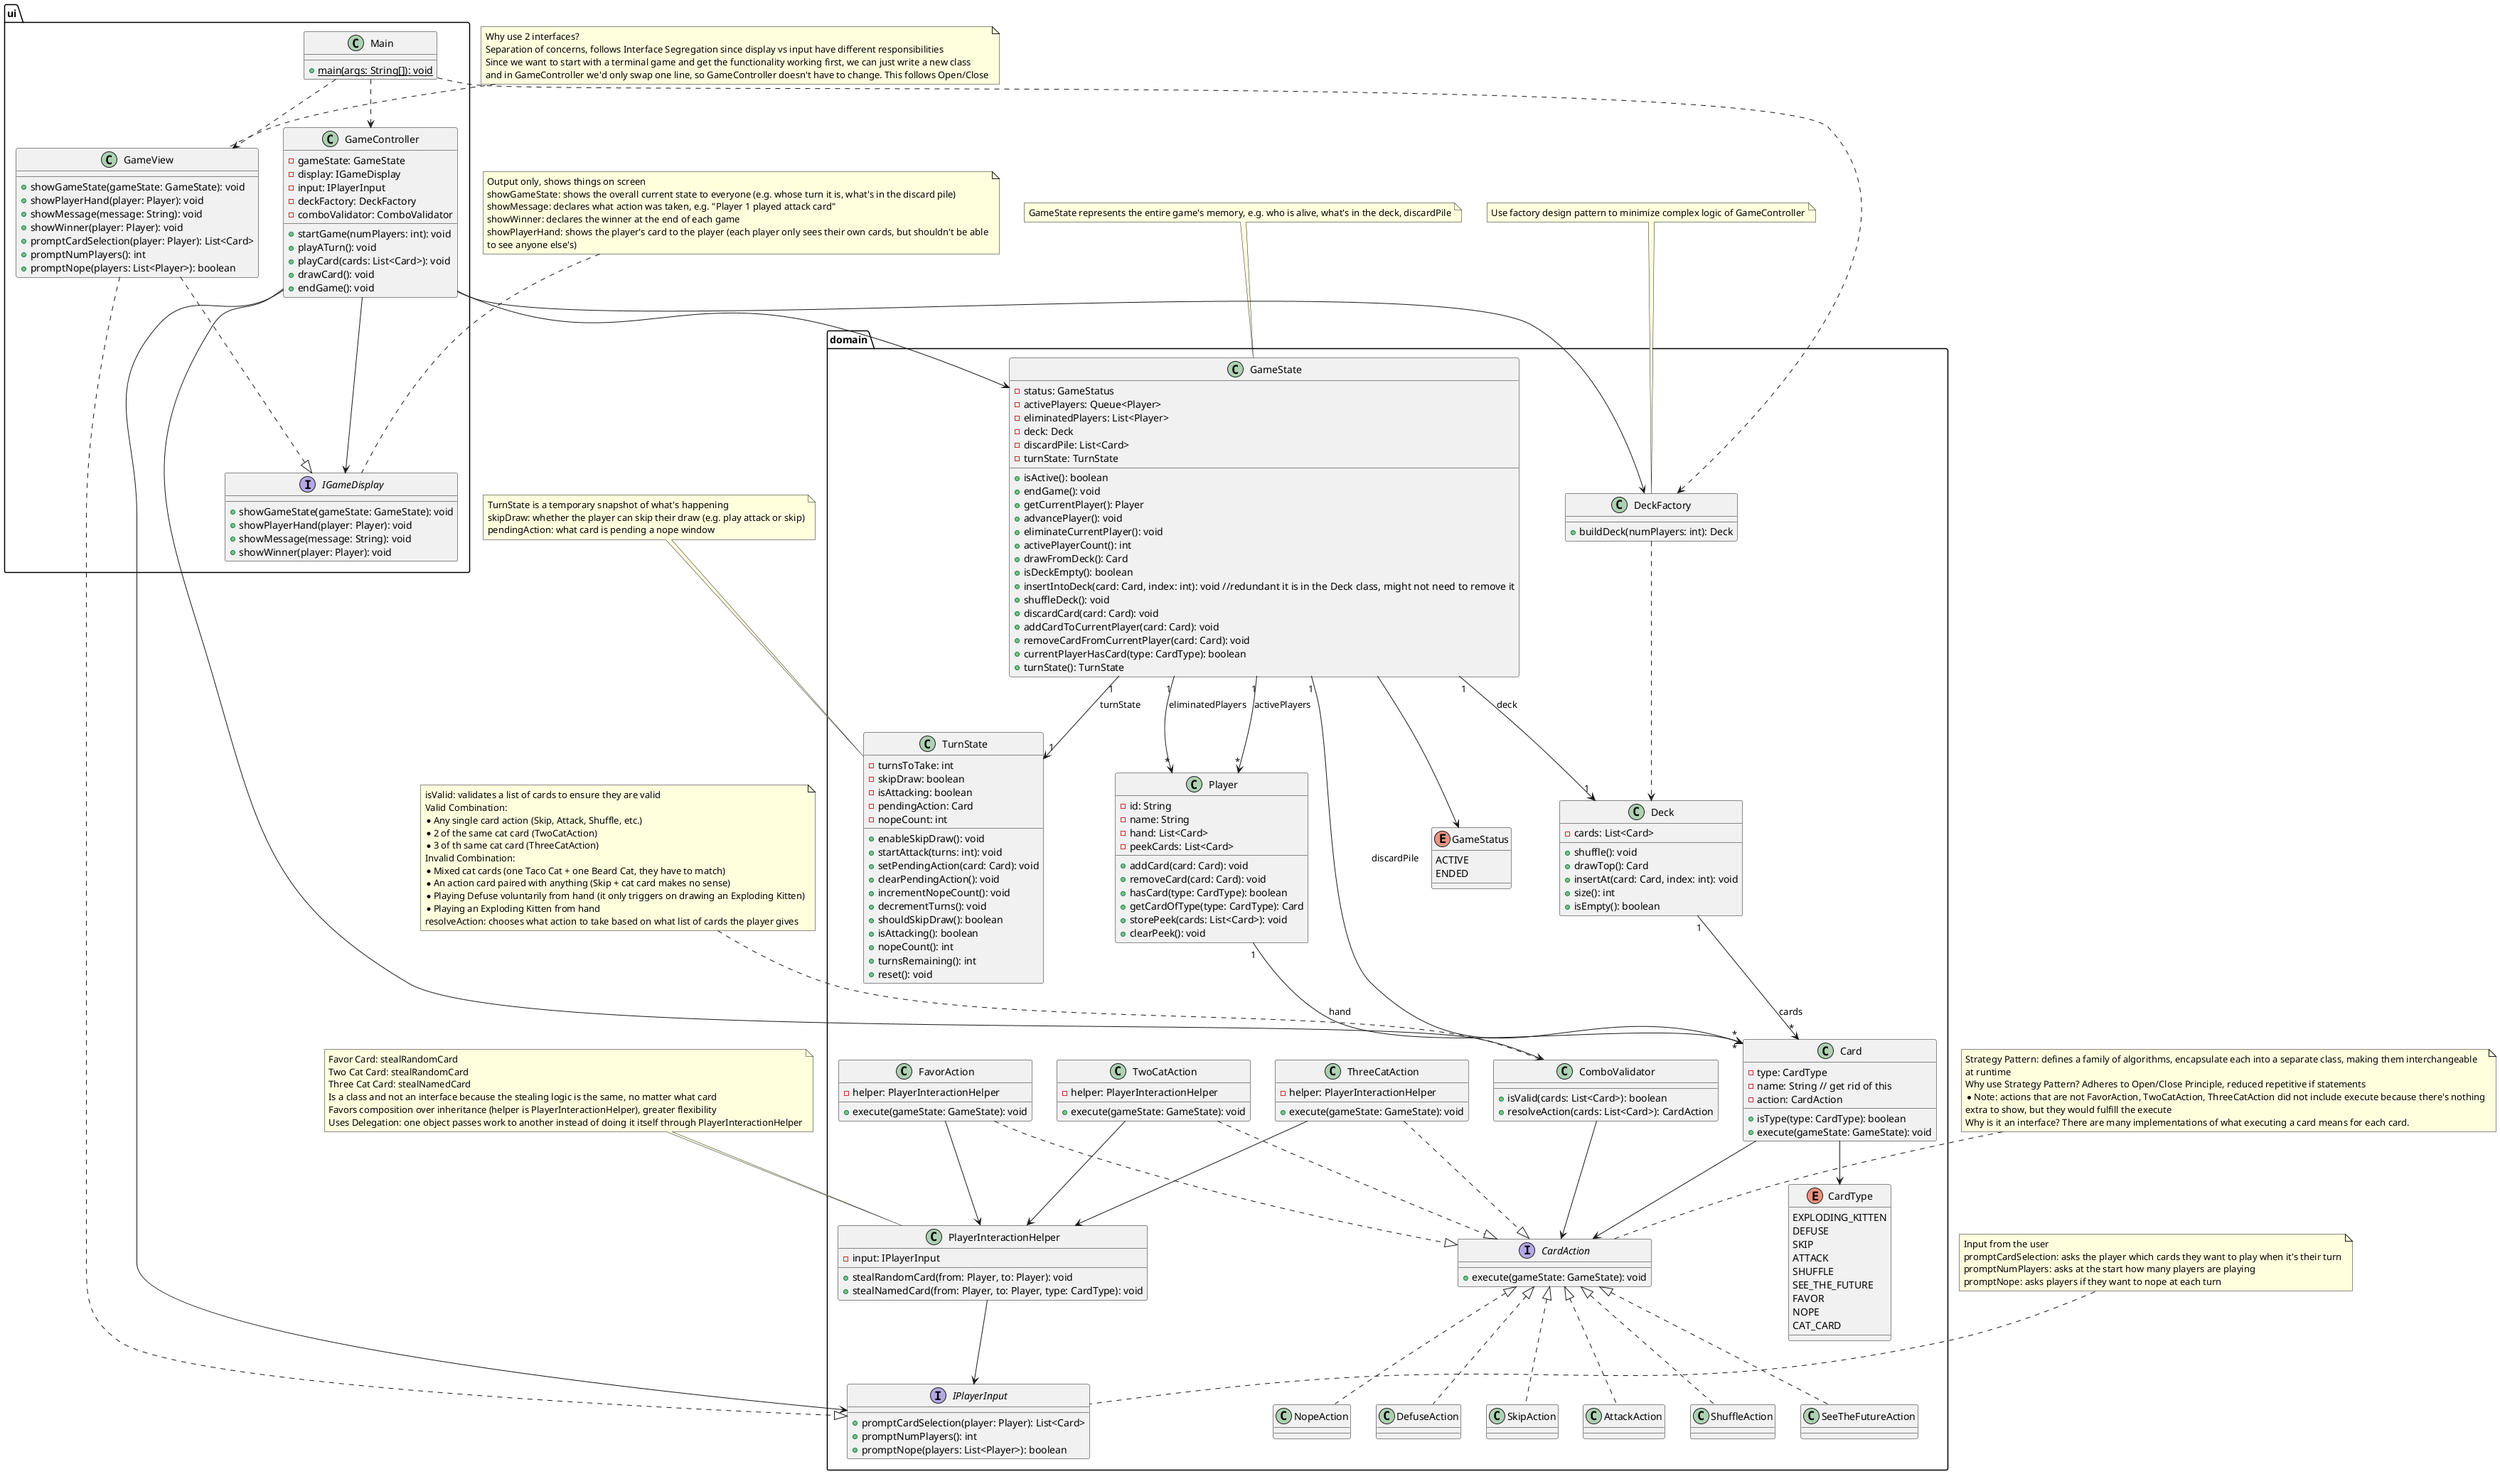
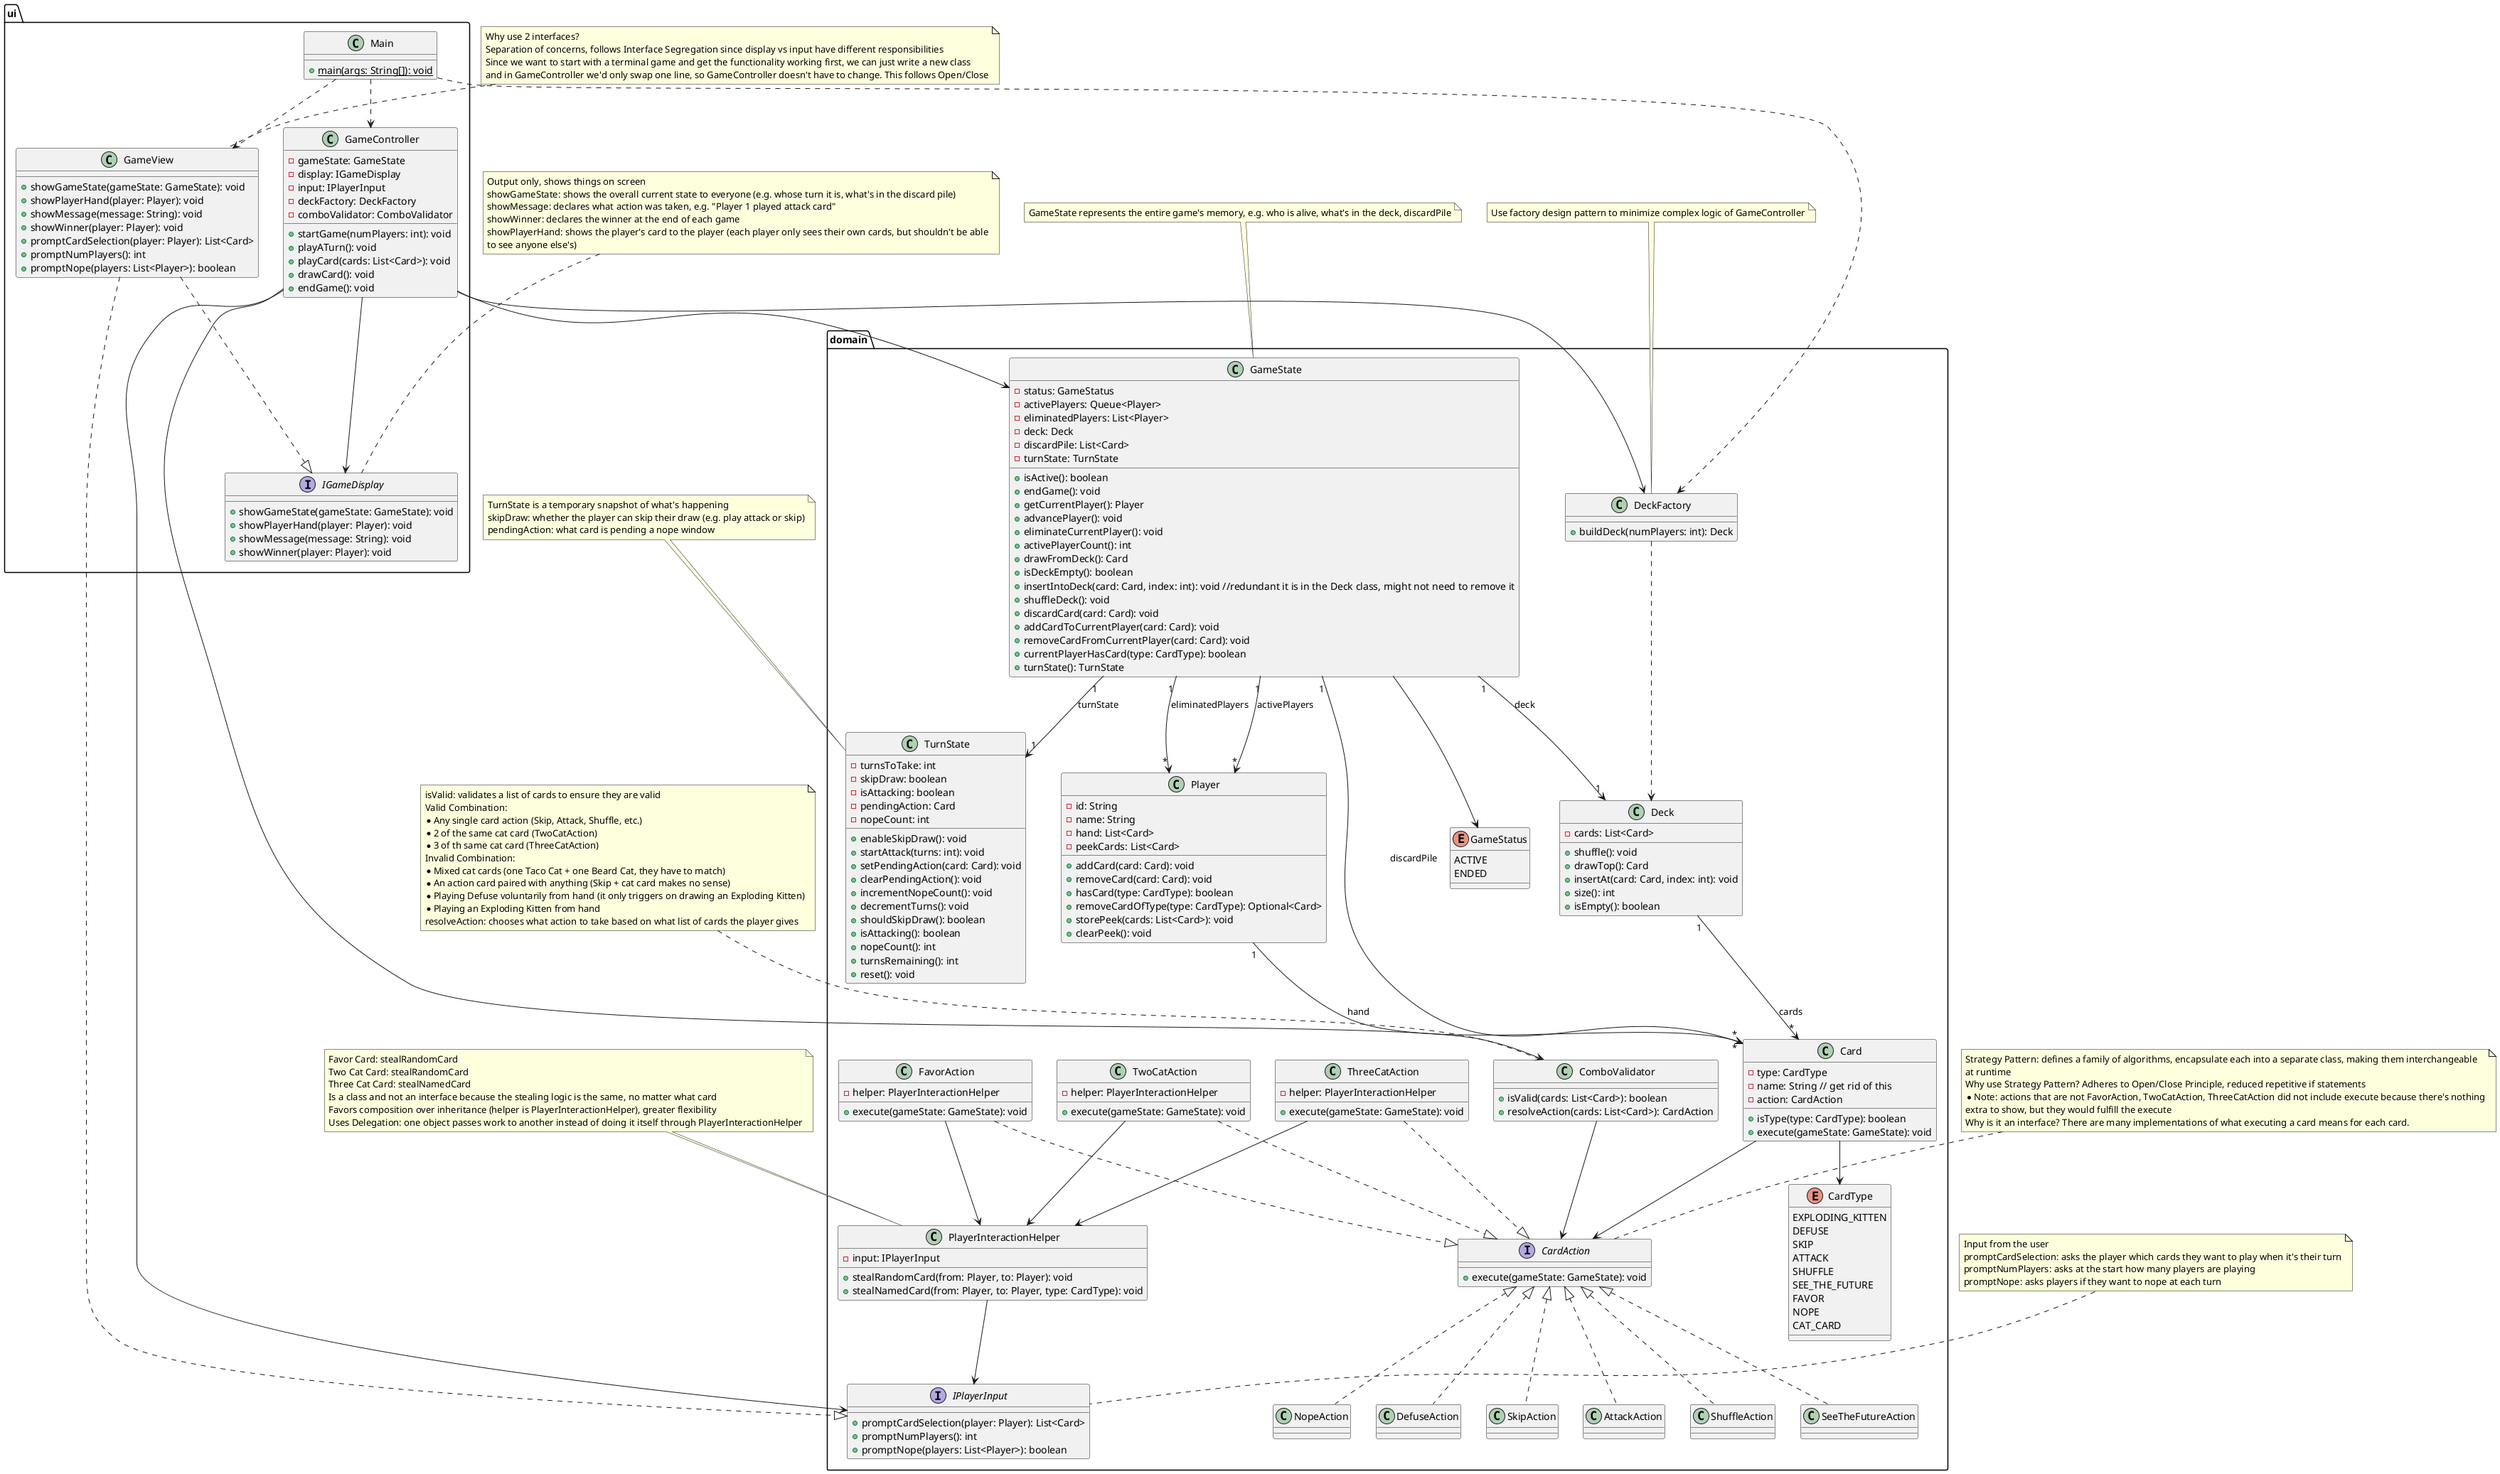
@startuml Exploding Kittens Class Diagram

' ── PlantUML Syntax Guide ─────────────────────────────────
'
' ── Visibility Modifiers (inside classes) ────────────────
' +  → public   (accessible by everyone)
' -  → private  (accessible only within the class)
' #  → protected (accessible within class and subclasses)
'
' ── Relationships ─────────────────────────────────────────
' ..>   → dependency: "uses" (weakest relationship)
'          e.g. A ..> B means A uses B somewhere
'
' -->   → association: "has a reference to"
'          e.g. GameController --> GameState means
'          GameController holds a reference to GameState
'
' ..|>  → realization/implementation: "implements an interface"
'          e.g. GameView ..|> IGameDisplay means
'          GameView implements IGameDisplay
'
' --|>  → inheritance: "extends a class"
'          e.g. Dog --|> Animal means Dog extends Animal
'
' *--   → composition: "owns it, it cannot exist without me"
'          e.g. GameState "1" *-- "1" Deck means
'          Deck is destroyed when GameState is destroyed
'
' o--   → aggregation: "has it, but it can exist without me"
'          e.g. GameState "1" o-- "*" Card : discardPile means
'          Cards exist independently of GameState
'
' ── Multiplicity (the numbers on relationships) ──────────
' "1"  → exactly one
' "*"  → zero or more
' "1..*" → one or more
'          e.g. GameState "1" *-- "*" Player means
'          one GameState owns zero or more Players
'

package ui{
    class Main{
        +{static}main(args: String[]): void
    }

    ' ── View ─────────────────────────────────────────────────
    class GameView {
      + showGameState(gameState: GameState): void
      + showPlayerHand(player: Player): void
      + showMessage(message: String): void
      + showWinner(player: Player): void
      + promptCardSelection(player: Player): List<Card>
      + promptNumPlayers(): int
      + promptNope(players: List<Player>): boolean
    }

    ' ── Controller ───────────────────────────────────────────
    class GameController {
      - gameState: GameState
      - display: IGameDisplay
      - input: IPlayerInput
      - deckFactory: DeckFactory
      - comboValidator: ComboValidator
      + startGame(numPlayers: int): void
      + playATurn(): void
      + playCard(cards: List<Card>): void
      + drawCard(): void
      + endGame(): void
    }

    interface IGameDisplay {
      + showGameState(gameState: GameState): void
      + showPlayerHand(player: Player): void
      + showMessage(message: String): void
      + showWinner(player: Player): void
    }

}

package domain{

    interface IPlayerInput {
      + promptCardSelection(player: Player): List<Card>
      + promptNumPlayers(): int
      + promptNope(players: List<Player>): boolean
    }

    ' ── Enums ────────────────────────────────────────────────
    enum CardType {
      EXPLODING_KITTEN
      DEFUSE
      SKIP
      ATTACK
      SHUFFLE
      SEE_THE_FUTURE
      FAVOR
      NOPE
      CAT_CARD
    }

    enum GameStatus {
      ACTIVE
      ENDED
    }

    ' ── Card Action Strategy ──────────────────────────────────
    interface CardAction {
      + execute(gameState: GameState): void
    }

    class SkipAction implements CardAction
    class AttackAction implements CardAction
    class ShuffleAction implements CardAction
    class SeeTheFutureAction implements CardAction
    'nopeAction may not be needed if only prompted via promptNope in IPlayerInput'
    class NopeAction implements CardAction
    class DefuseAction implements CardAction

    class PlayerInteractionHelper {
      - input: IPlayerInput
      + stealRandomCard(from: Player, to: Player): void
      + stealNamedCard(from: Player, to: Player, type: CardType): void
    }

    class FavorAction {
      - helper: PlayerInteractionHelper
      + execute(gameState: GameState): void
    }

    class TwoCatAction {
      - helper: PlayerInteractionHelper
      + execute(gameState: GameState): void
    }

    class ThreeCatAction {
      - helper: PlayerInteractionHelper
      + execute(gameState: GameState): void
    }

    class ComboValidator {
      + isValid(cards: List<Card>): boolean
      + resolveAction(cards: List<Card>): CardAction
    }

    ' ── Model ────────────────────────────────────────────────
    class Card {
      - type: CardType
      - name: String // get rid of this
      - action: CardAction
      + isType(type: CardType): boolean
      + execute(gameState: GameState): void
    }

    class Player {
      - id: String
      - name: String
      - hand: List<Card>
      - peekCards: List<Card>
      + addCard(card: Card): void
      + removeCard(card: Card): void
      + hasCard(type: CardType): boolean
-       + getCardOfType(type: CardType): Card
+       + removeCardOfType(type: CardType): Optional<Card>
      + storePeek(cards: List<Card>): void
      + clearPeek(): void
    }

    class Deck {
      - cards: List<Card>
      + shuffle(): void
      + drawTop(): Card
      + insertAt(card: Card, index: int): void
      + size(): int
      + isEmpty(): boolean
    }

    class DeckFactory {
      + buildDeck(numPlayers: int): Deck
    }

    class TurnState {
      - turnsToTake: int
      - skipDraw: boolean
      - isAttacking: boolean
      - pendingAction: Card
      - nopeCount: int
      + enableSkipDraw(): void
      + startAttack(turns: int): void
      + setPendingAction(card: Card): void
      + clearPendingAction(): void
      + incrementNopeCount(): void
      + decrementTurns(): void
      + shouldSkipDraw(): boolean
      + isAttacking(): boolean
      + nopeCount(): int
      + turnsRemaining(): int
      + reset(): void
    }

    class GameState {
      - status: GameStatus
      - activePlayers: Queue<Player>
      - eliminatedPlayers: List<Player>
      - deck: Deck
      - discardPile: List<Card>
      - turnState: TurnState
      + isActive(): boolean
      + endGame(): void
      + getCurrentPlayer(): Player
      + advancePlayer(): void
      + eliminateCurrentPlayer(): void
      + activePlayerCount(): int
      + drawFromDeck(): Card
      + isDeckEmpty(): boolean
      + insertIntoDeck(card: Card, index: int): void //redundant it is in the Deck class, might not need to remove it
      + shuffleDeck(): void
      + discardCard(card: Card): void
      + addCardToCurrentPlayer(card: Card): void
      + removeCardFromCurrentPlayer(card: Card): void
      + currentPlayerHasCard(type: CardType): boolean
      + turnState(): TurnState
    }


}

' ── Relationships ─────────────────────────────────────────
Main ..> GameView
Main ..> GameController
Main ..> DeckFactory

GameView ..|> IGameDisplay
GameView ..|> IPlayerInput

Card --> CardType
Card --> CardAction

GameState --> GameStatus
GameState "1" --> "1"   Deck      : deck
GameState "1" --> "*"   Player    : activePlayers
GameState "1" --> "*"   Player    : eliminatedPlayers
GameState "1" --> "1"   TurnState : turnState
GameState "1" --> "*"   Card      : discardPile

Player "1" --> "*" Card : hand
Deck   "1" --> "*" Card : cards

FavorAction    --> PlayerInteractionHelper
TwoCatAction   --> PlayerInteractionHelper
ThreeCatAction --> PlayerInteractionHelper

GameController --> GameState
GameController --> IGameDisplay
GameController --> IPlayerInput
GameController --> DeckFactory
GameController --> ComboValidator

ComboValidator --> CardAction
PlayerInteractionHelper --> IPlayerInput

DeckFactory ..> Deck

FavorAction    ..|> CardAction
TwoCatAction   ..|> CardAction
ThreeCatAction ..|> CardAction

' ── Sticky Notes ─────────────────────────────────────────
note top of IGameDisplay
  Output only, shows things on screen
  showGameState: shows the overall current state to everyone (e.g. whose turn it is, what's in the discard pile)
  showMessage: declares what action was taken, e.g. "Player 1 played attack card"
  showWinner: declares the winner at the end of each game
  showPlayerHand: shows the player's card to the player (each player only sees their own cards, but shouldn't be able
  to see anyone else's)
end note

note top of IPlayerInput
  Input from the user
  promptCardSelection: asks the player which cards they want to play when it's their turn
  promptNumPlayers: asks at the start how many players are playing
  promptNope: asks players if they want to nope at each turn
end note

note top of CardAction
  Strategy Pattern: defines a family of algorithms, encapsulate each into a separate class, making them interchangeable
  at runtime
  Why use Strategy Pattern? Adheres to Open/Close Principle, reduced repetitive if statements
  *Note: actions that are not FavorAction, TwoCatAction, ThreeCatAction did not include execute because there's nothing
  extra to show, but they would fulfill the execute
  Why is it an interface? There are many implementations of what executing a card means for each card.
end note

note top of PlayerInteractionHelper
  Favor Card: stealRandomCard
  Two Cat Card: stealRandomCard
  Three Cat Card: stealNamedCard
  Is a class and not an interface because the stealing logic is the same, no matter what card
  Favors composition over inheritance (helper is PlayerInteractionHelper), greater flexibility
  Uses Delegation: one object passes work to another instead of doing it itself through PlayerInteractionHelper
end note

note top of ComboValidator
  isValid: validates a list of cards to ensure they are valid
  Valid Combination:
  *Any single card action (Skip, Attack, Shuffle, etc.)
  *2 of the same cat card (TwoCatAction)
  *3 of th same cat card (ThreeCatAction)
  Invalid Combination:
  *Mixed cat cards (one Taco Cat + one Beard Cat, they have to match)
  *An action card paired with anything (Skip + cat card makes no sense)
  *Playing Defuse voluntarily from hand (it only triggers on drawing an Exploding Kitten)
  *Playing an Exploding Kitten from hand
  resolveAction: chooses what action to take based on what list of cards the player gives
end note

note top of GameState
  GameState represents the entire game's memory, e.g. who is alive, what's in the deck, discardPile
end note

note top of TurnState
  TurnState is a temporary snapshot of what's happening
  skipDraw: whether the player can skip their draw (e.g. play attack or skip)
  pendingAction: what card is pending a nope window
end note

note top of DeckFactory
  Use factory design pattern to minimize complex logic of GameController
end note

note top of GameView
  Why use 2 interfaces?
  Separation of concerns, follows Interface Segregation since display vs input have different responsibilities
  Since we want to start with a terminal game and get the functionality working first, we can just write a new class
  and in GameController we'd only swap one line, so GameController doesn't have to change. This follows Open/Close
end note

@enduml